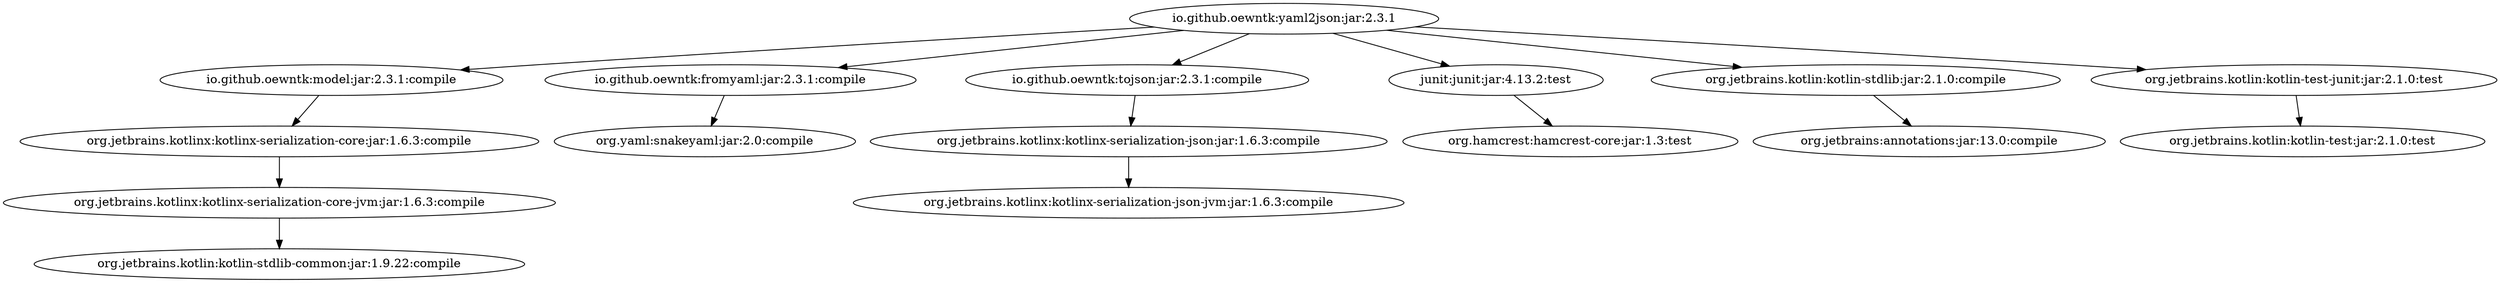
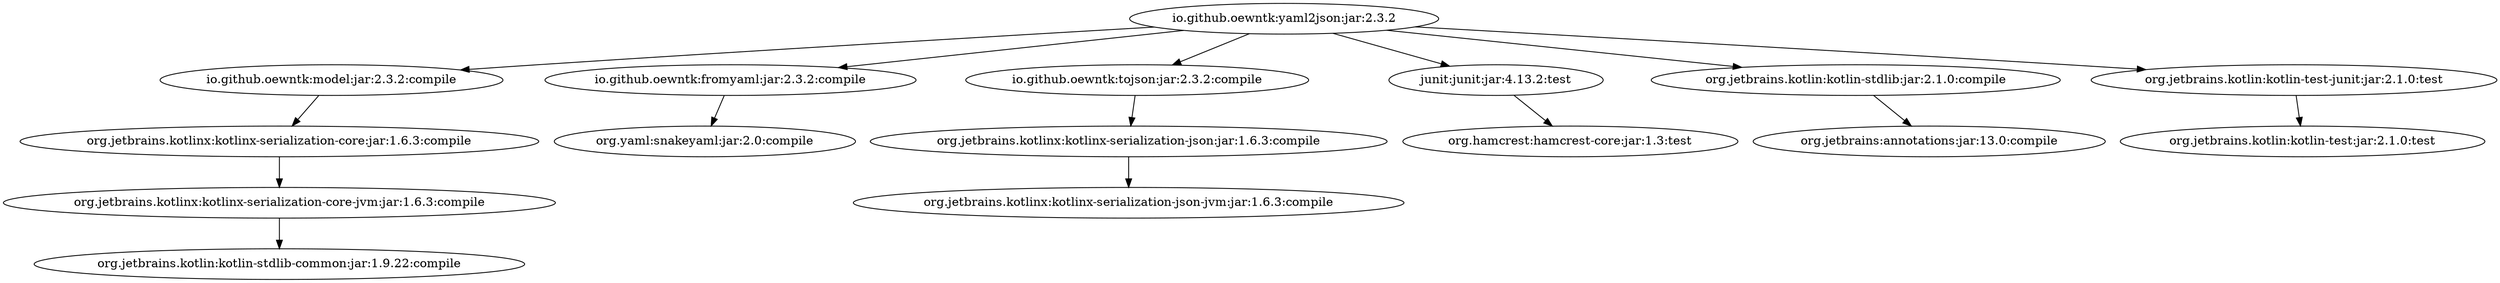
- digraph "io.github.oewntk:yaml2json:jar:2.3.1" {
- 	"io.github.oewntk:yaml2json:jar:2.3.1" -> "io.github.oewntk:model:jar:2.3.1:compile" ;
- 	"io.github.oewntk:yaml2json:jar:2.3.1" -> "io.github.oewntk:fromyaml:jar:2.3.1:compile" ;
- 	"io.github.oewntk:yaml2json:jar:2.3.1" -> "io.github.oewntk:tojson:jar:2.3.1:compile" ;
- 	"io.github.oewntk:yaml2json:jar:2.3.1" -> "junit:junit:jar:4.13.2:test" ;
- 	"io.github.oewntk:yaml2json:jar:2.3.1" -> "org.jetbrains.kotlin:kotlin-stdlib:jar:2.1.0:compile" ;
- 	"io.github.oewntk:yaml2json:jar:2.3.1" -> "org.jetbrains.kotlin:kotlin-test-junit:jar:2.1.0:test" ;
- 	"io.github.oewntk:model:jar:2.3.1:compile" -> "org.jetbrains.kotlinx:kotlinx-serialization-core:jar:1.6.3:compile" ;
+ digraph "io.github.oewntk:yaml2json:jar:2.3.2" {
+ 	"io.github.oewntk:yaml2json:jar:2.3.2" -> "io.github.oewntk:model:jar:2.3.2:compile" ;
+ 	"io.github.oewntk:yaml2json:jar:2.3.2" -> "io.github.oewntk:fromyaml:jar:2.3.2:compile" ;
+ 	"io.github.oewntk:yaml2json:jar:2.3.2" -> "io.github.oewntk:tojson:jar:2.3.2:compile" ;
+ 	"io.github.oewntk:yaml2json:jar:2.3.2" -> "junit:junit:jar:4.13.2:test" ;
+ 	"io.github.oewntk:yaml2json:jar:2.3.2" -> "org.jetbrains.kotlin:kotlin-stdlib:jar:2.1.0:compile" ;
+ 	"io.github.oewntk:yaml2json:jar:2.3.2" -> "org.jetbrains.kotlin:kotlin-test-junit:jar:2.1.0:test" ;
+ 	"io.github.oewntk:model:jar:2.3.2:compile" -> "org.jetbrains.kotlinx:kotlinx-serialization-core:jar:1.6.3:compile" ;
	"org.jetbrains.kotlinx:kotlinx-serialization-core:jar:1.6.3:compile" -> "org.jetbrains.kotlinx:kotlinx-serialization-core-jvm:jar:1.6.3:compile" ;
	"org.jetbrains.kotlinx:kotlinx-serialization-core-jvm:jar:1.6.3:compile" -> "org.jetbrains.kotlin:kotlin-stdlib-common:jar:1.9.22:compile" ;
- 	"io.github.oewntk:fromyaml:jar:2.3.1:compile" -> "org.yaml:snakeyaml:jar:2.0:compile" ;
- 	"io.github.oewntk:tojson:jar:2.3.1:compile" -> "org.jetbrains.kotlinx:kotlinx-serialization-json:jar:1.6.3:compile" ;
+ 	"io.github.oewntk:fromyaml:jar:2.3.2:compile" -> "org.yaml:snakeyaml:jar:2.0:compile" ;
+ 	"io.github.oewntk:tojson:jar:2.3.2:compile" -> "org.jetbrains.kotlinx:kotlinx-serialization-json:jar:1.6.3:compile" ;
	"org.jetbrains.kotlinx:kotlinx-serialization-json:jar:1.6.3:compile" -> "org.jetbrains.kotlinx:kotlinx-serialization-json-jvm:jar:1.6.3:compile" ;
	"junit:junit:jar:4.13.2:test" -> "org.hamcrest:hamcrest-core:jar:1.3:test" ;
	"org.jetbrains.kotlin:kotlin-stdlib:jar:2.1.0:compile" -> "org.jetbrains:annotations:jar:13.0:compile" ;
	"org.jetbrains.kotlin:kotlin-test-junit:jar:2.1.0:test" -> "org.jetbrains.kotlin:kotlin-test:jar:2.1.0:test" ;
 }